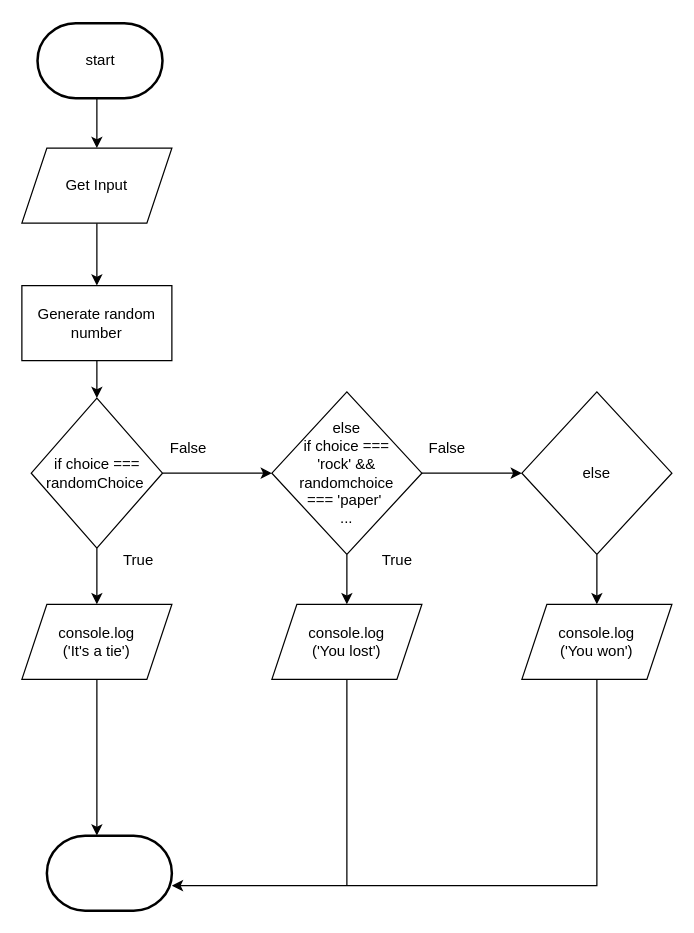
Before: Design/flowchart.drawio in mohammedal-ess/ics4u-assignemnt1-typescript, a draw.io diagram. Source tidied: cells renumbered, new cells numbered last; positions are measured from the earlier drawing's top-left corner, leaving out a move shared by most shapes. Both pictures are drawn from the tidied source at 125%, with x=0, y=0 at pixel (21, 22).
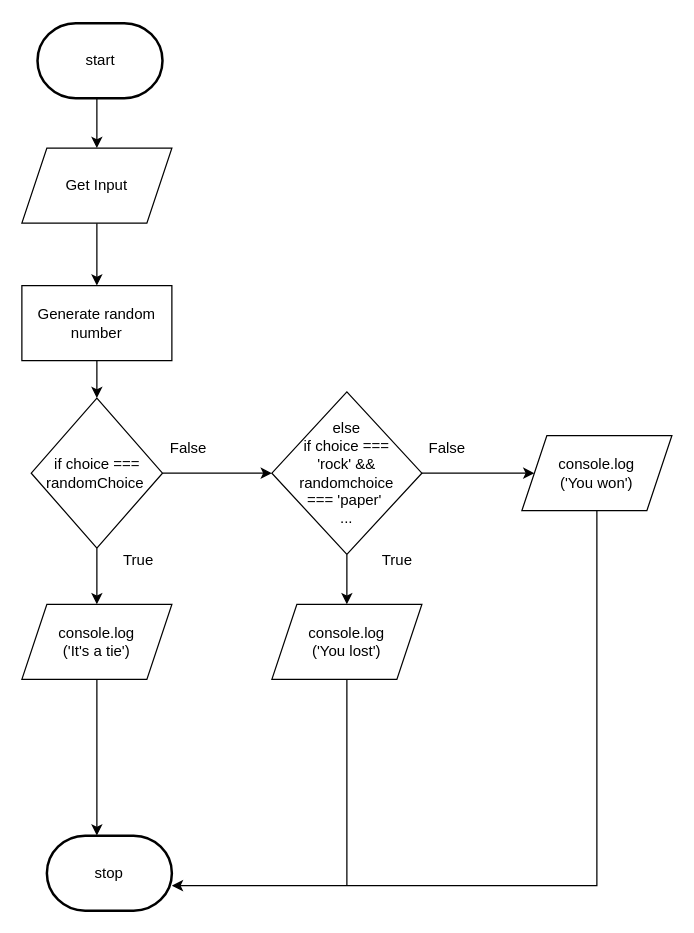
The same diagram, later.

Commit message (it also covers changes not shown here):
add flowchart added flow-chart png

The change refers to these unchanged cells:
```xml
<mxCell id="16" value="else &lt;br&gt;if choice === &lt;br&gt;'rock' &amp;amp;&amp;amp; randomchoice &lt;br&gt;=== 'paper'&amp;nbsp;&lt;br&gt;..." style="rhombus;whiteSpace=wrap;html=1;" parent="1" vertex="1">
  <mxGeometry x="200" y="295" width="120" height="130" as="geometry" />
</mxCell>
```

What changed in the source:
```diff
@@
-    <mxCell id="15" style="edgeStyle=none;html=1;" parent="1" edge="1" source="16">
-      <mxGeometry relative="1" as="geometry">
-        <mxPoint x="400" y="360" as="targetPoint" />
-      </mxGeometry>
-    </mxCell>
+    <mxCell id="27" style="edgeStyle=orthogonalEdgeStyle;html=1;rounded=0;" parent="1" edge="1" source="16" target="22">
+      <mxGeometry relative="1" as="geometry" />
+    </mxCell>
@@
-    <mxCell id="19" style="edgeStyle=none;html=1;entryX=0.5;entryY=0;entryDx=0;entryDy=0;" parent="1" edge="1" source="20" target="22">
-      <mxGeometry relative="1" as="geometry" />
-    </mxCell>
-    <mxCell id="20" value="else" style="rhombus;whiteSpace=wrap;html=1;" parent="1" vertex="1">
-      <mxGeometry x="400" y="295" width="120" height="130" as="geometry" />
-    </mxCell>
@@
     <mxCell id="22" value="console.log&lt;br&gt;('You won')" style="shape=parallelogram;perimeter=parallelogramPerimeter;whiteSpace=wrap;html=1;fixedSize=1;" parent="1" vertex="1">
-      <mxGeometry x="400" y="465" width="120" height="60" as="geometry" />
+      <mxGeometry x="400" y="330" width="120" height="60" as="geometry" />
     </mxCell>
@@
-    <mxCell id="26" style="strokeWidth=2;html=1;shape=mxgraph.flowchart.terminator;whiteSpace=wrap;" parent="1" vertex="1">
+    <mxCell id="26" value="stop" style="strokeWidth=2;html=1;shape=mxgraph.flowchart.terminator;whiteSpace=wrap;" parent="1" vertex="1">
       <mxGeometry x="20" y="650" width="100" height="60" as="geometry" />
     </mxCell>
```
